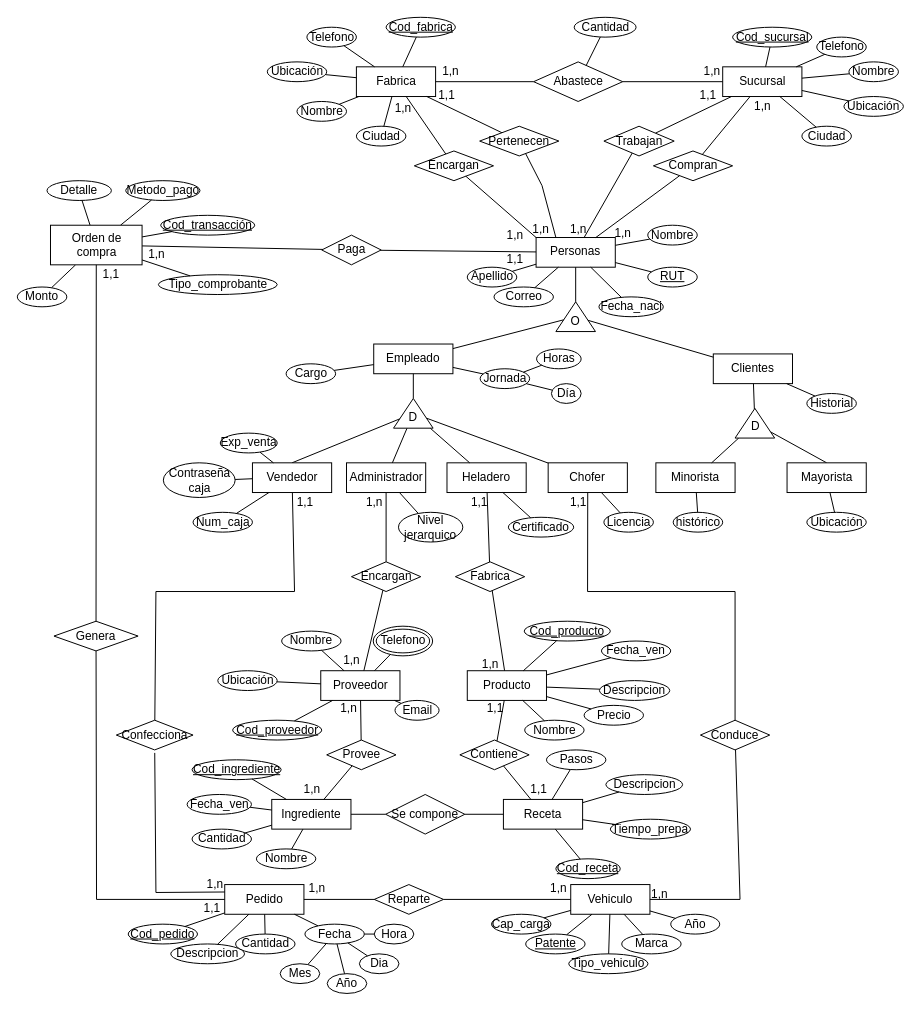
The draw.io diagram NUEVO PROYECTO BASE DE DATOS/MODELO MERE NUEVO 4.0.drawio in bennnnja/BASE_DE_DATOS, before the edit. Source tidied: cells renumbered, new cells numbered last; positions are measured from the earlier drawing's top-left corner, leaving out a move shared by most shapes. Both pictures are drawn from the tidied source at 99%, with x=0, y=0 at pixel (17, 17).
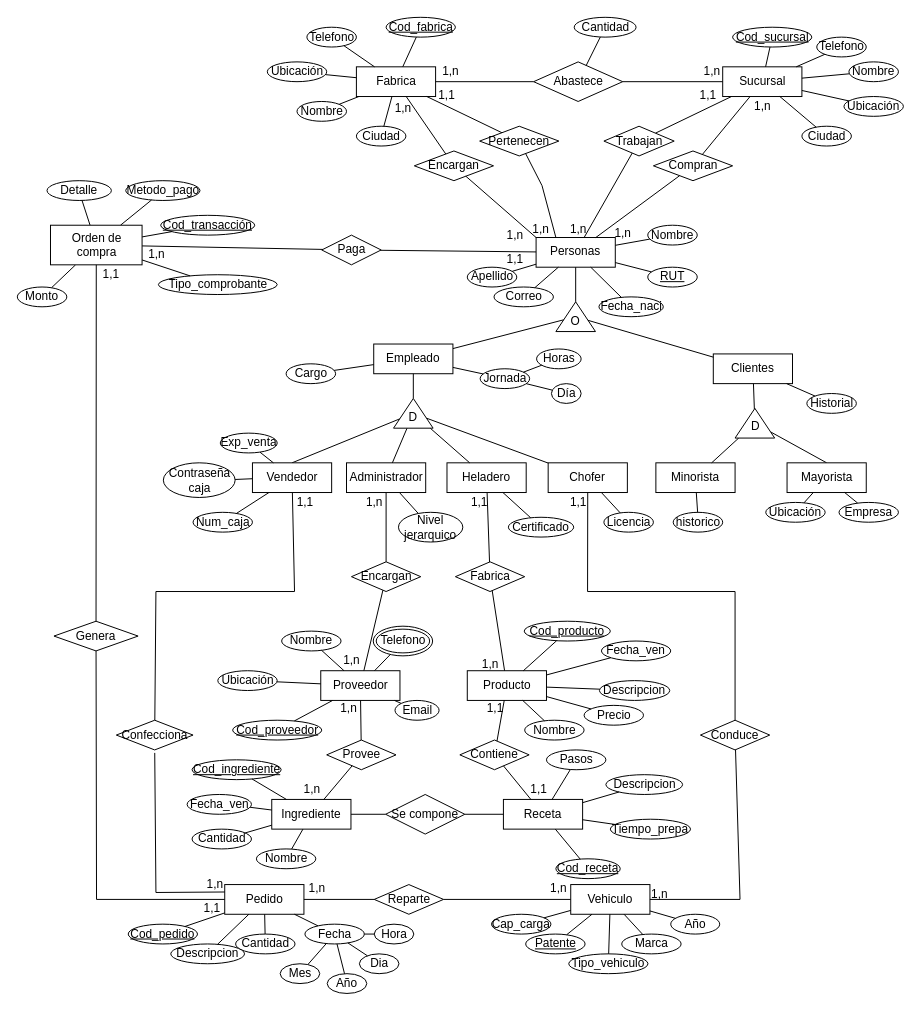
The same diagram, later.

Unchanged cells that the change refers to:
```xml
<mxCell id="18" value="Mayorista" style="whiteSpace=wrap;html=1;align=center;" parent="1" vertex="1">
  <mxGeometry x="777.5" y="450" width="80" height="30" as="geometry" />
</mxCell>
```

The edit, as a diff of the source:
```diff
@@
-    <mxCell id="91" value="histórico" style="ellipse;whiteSpace=wrap;html=1;align=center;" parent="1" vertex="1">
+    <mxCell id="91" value="historico" style="ellipse;whiteSpace=wrap;html=1;align=center;" parent="1" vertex="1">
       <mxGeometry x="662.5" y="500" width="50" height="20" as="geometry" />
     </mxCell>
     <mxCell id="92" value="Ubicación" style="ellipse;whiteSpace=wrap;html=1;align=center;" parent="1" vertex="1">
-      <mxGeometry x="797.5" y="500" width="60" height="20" as="geometry" />
+      <mxGeometry x="756" y="490" width="60" height="20" as="geometry" />
     </mxCell>
@@
+    <mxCell id="240" value="Empresa" style="ellipse;whiteSpace=wrap;html=1;align=center;" parent="1" vertex="1">
+      <mxGeometry x="830" y="490" width="60" height="20" as="geometry" />
+    </mxCell>
+    <mxCell id="241" style="endArrow=none;html=1;rounded=0;" parent="1" edge="1" source="240" target="18">
+      <mxGeometry relative="1" as="geometry" />
+    </mxCell>
```
